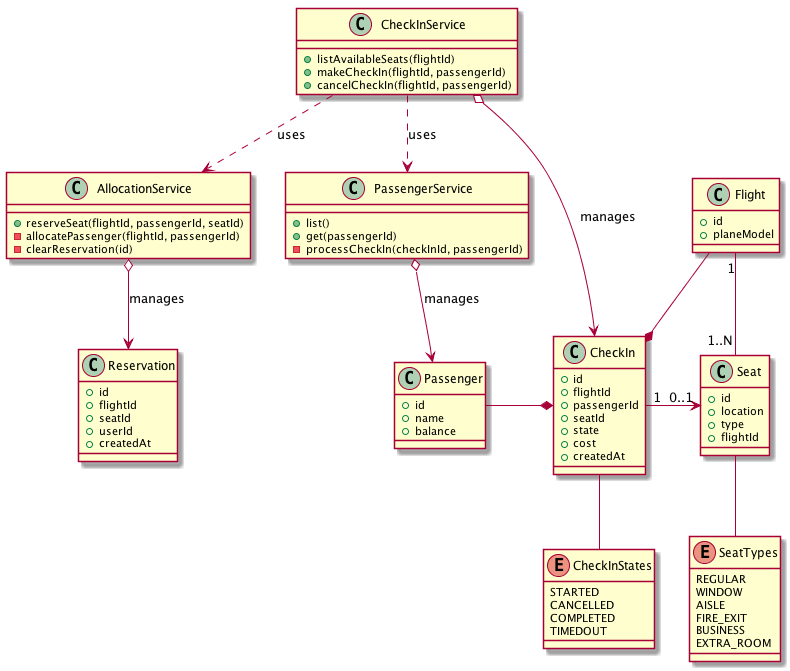
The PlantUML diagram diagrams/class.png in omurturan/airline-checkin, before a commit. Source of this version:
```plantuml
@startuml

class Passenger {
    +id
    +name
    +balance
}

class Flight {
    +id
    +planeModel
}

class Seat {
    +id
    +location
    +type
    +flightId
}

enum SeatTypes {
    REGULAR
    WINDOW
    AISLE
    FIRE_EXIT
    BUSINESS
    EXTRA_ROOM
}

class CheckInService {
    +listAvailableSeats(flightId)
    +makeCheckIn(flightId, passengerId)
    +cancelCheckIn(flightId, passengerId)
}

class CheckIn {
    +id
    +flightId
    +passengerId
    +seatId
    +state
    +cost
    +createdAt
}

class AllocationService {
    +reserveSeat(flightId, passengerId, seatId)
    -allocatePassenger(flightId, passengerId)
    -clearReservation(id)
}

enum CheckInStates {
    STARTED
    CANCELLED
    COMPLETED
    TIMEDOUT
}

class Reservation {
    +id
    +flightId
    +seatId
    +userId
    +createdAt
}

class PassengerService {
    +list()
    +get(passengerId)
    -processCheckIn(checkInId, passengerId)
}


CheckInService ..> PassengerService : uses
CheckInService ..> AllocationService : uses

CheckIn--CheckInStates
Seat--SeatTypes


PassengerService o--> Passenger : manages
CheckInService o--> CheckIn : manages
AllocationService o--> Reservation : manages
Passenger -* CheckIn
Flight -* CheckIn
Flight "1" -- "1..N" Seat
CheckIn "1" -> "0..1" Seat

@enduml
```
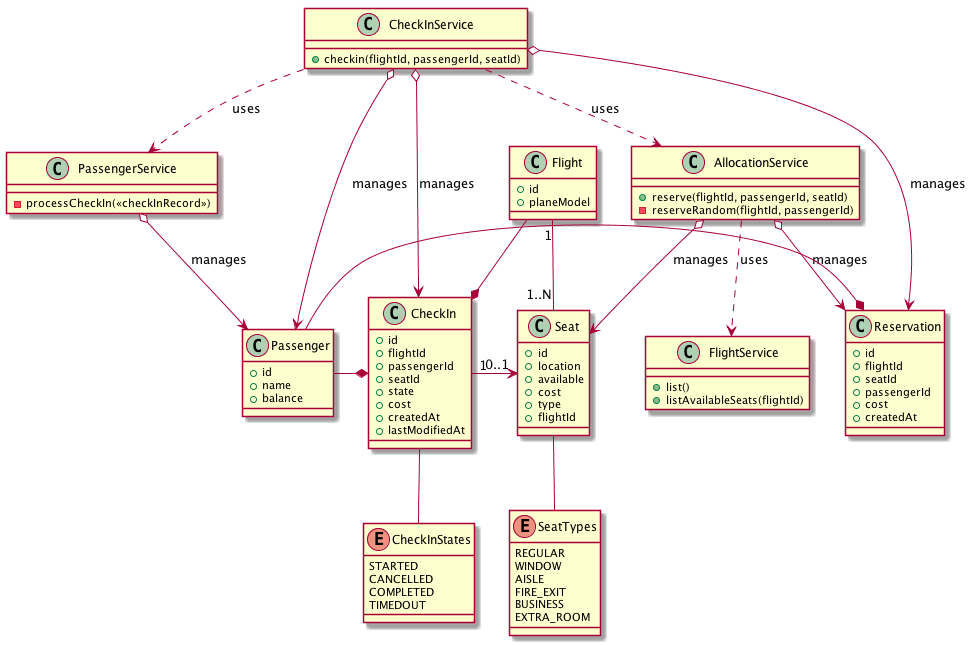
The same diagram one commit later.

Change to the diagram source:
```diff
@@ -14,6 +14,8 @@
 class Seat {
     +id
     +location
+    +available
+    +cost
     +type
     +flightId
 }
@@ -26,12 +28,7 @@
     BUSINESS
     EXTRA_ROOM
 }
-
-class CheckInService {
-    +listAvailableSeats(flightId)
-    +makeCheckIn(flightId, passengerId)
-    +cancelCheckIn(flightId, passengerId)
-}
+Seat--SeatTypes
 
 class CheckIn {
     +id
@@ -41,12 +38,7 @@
     +state
     +cost
     +createdAt
-}
-
-class AllocationService {
-    +reserveSeat(flightId, passengerId, seatId)
-    -allocatePassenger(flightId, passengerId)
-    -clearReservation(id)
+    +lastModifiedAt
 }
 
 enum CheckInStates {
@@ -55,33 +47,52 @@
     COMPLETED
     TIMEDOUT
 }
+CheckIn--CheckInStates
 
 class Reservation {
     +id
     +flightId
     +seatId
-    +userId
+    +passengerId
+    +cost
     +createdAt
 }
 
-class PassengerService {
-    +list()
-    +get(passengerId)
-    -processCheckIn(checkInId, passengerId)
+class CheckInService {
+    +checkin(flightId, passengerId, seatId)
 }
-
-
 CheckInService ..> PassengerService : uses
 CheckInService ..> AllocationService : uses
 
-CheckIn--CheckInStates
-Seat--SeatTypes
+CheckInService o--> Passenger : manages
+CheckInService o--> CheckIn : manages
+CheckInService o--> Reservation : manages
 
 
+
+class AllocationService {
+    +reserve(flightId, passengerId, seatId)
+    -reserveRandom(flightId, passengerId)
+}
+AllocationService ..> FlightService : uses
+
+AllocationService o--> Seat : manages
+AllocationService o--> Reservation : manages
+
+
+class PassengerService {
+    -processCheckIn(<<checkInRecord>>)
+}
 PassengerService o--> Passenger : manages
-CheckInService o--> CheckIn : manages
-AllocationService o--> Reservation : manages
+
+
+class FlightService {
+    +list()
+    +listAvailableSeats(flightId)
+}
+
 Passenger -* CheckIn
+Passenger -* Reservation
 Flight -* CheckIn
 Flight "1" -- "1..N" Seat
 CheckIn "1" -> "0..1" Seat
```
